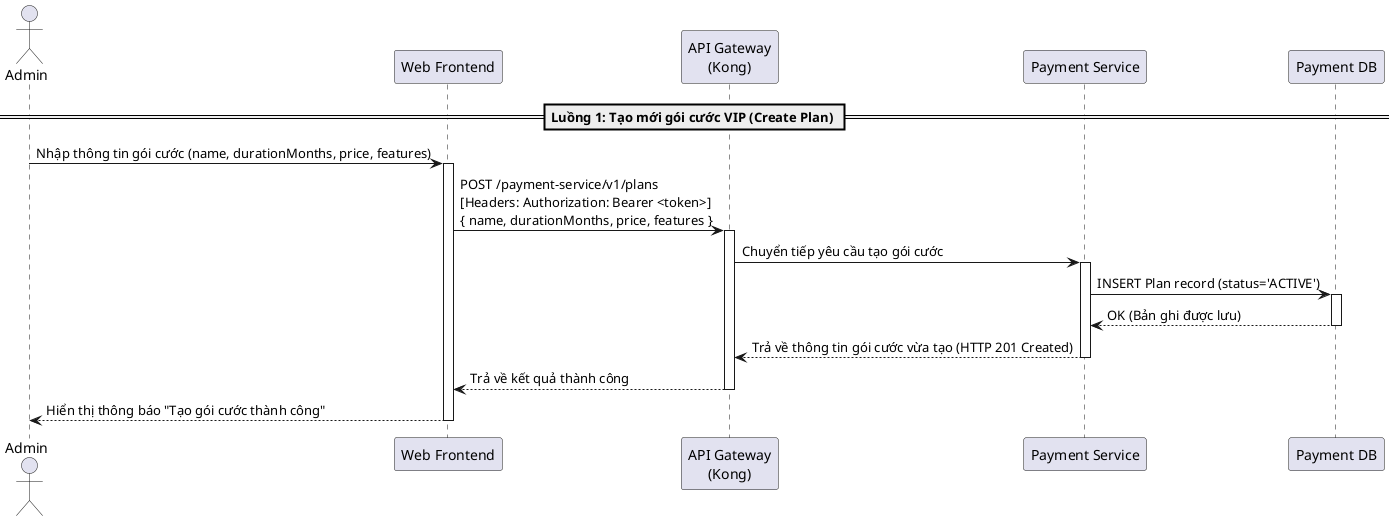
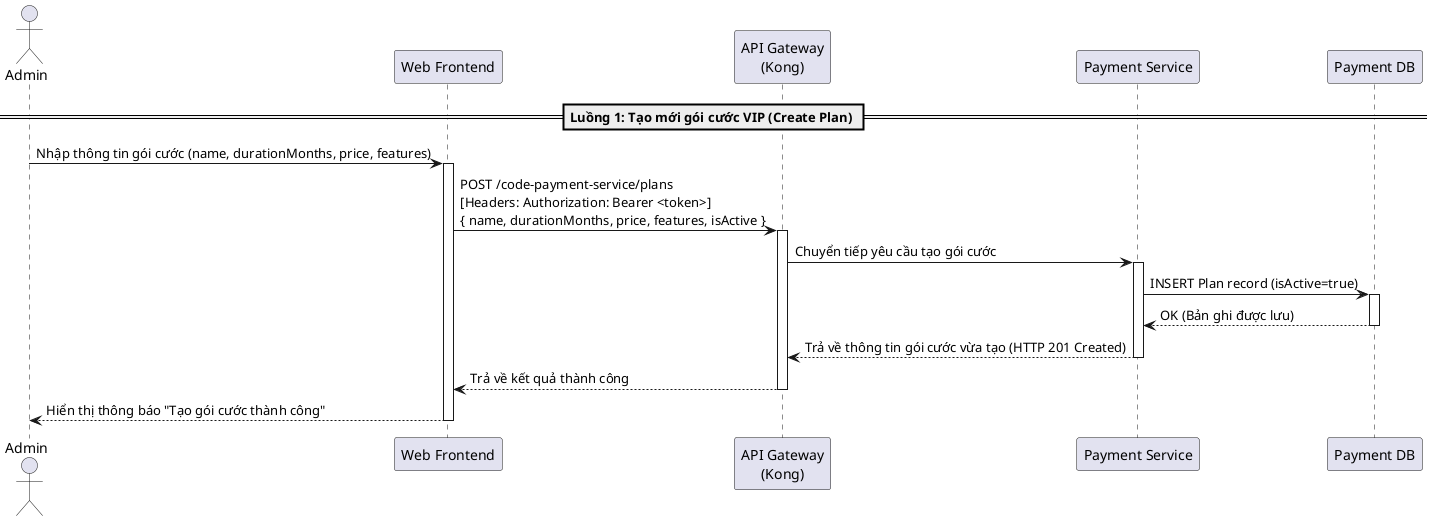
@startuml
actor "Admin" as Admin
participant "Web Frontend" as Frontend
participant "API Gateway\n(Kong)" as Kong
participant "Payment Service" as PaymentService
participant "Payment DB" as DB

== Luồng 1: Tạo mới gói cước VIP (Create Plan) ==
Admin -> Frontend: Nhập thông tin gói cước (name, durationMonths, price, features)
activate Frontend
- Frontend -> Kong: POST /payment-service/v1/plans\n[Headers: Authorization: Bearer <token>]\n{ name, durationMonths, price, features }
+ Frontend -> Kong: POST /code-payment-service/plans\n[Headers: Authorization: Bearer <token>]\n{ name, durationMonths, price, features, isActive }
activate Kong
Kong -> PaymentService: Chuyển tiếp yêu cầu tạo gói cước
activate PaymentService

- PaymentService -> DB: INSERT Plan record (status='ACTIVE')
+ PaymentService -> DB: INSERT Plan record (isActive=true)
activate DB
DB --> PaymentService: OK (Bản ghi được lưu)
deactivate DB

PaymentService --> Kong: Trả về thông tin gói cước vừa tạo (HTTP 201 Created)
deactivate PaymentService
Kong --> Frontend: Trả về kết quả thành công
deactivate Kong
Frontend --> Admin: Hiển thị thông báo "Tạo gói cước thành công"
deactivate Frontend
@enduml
